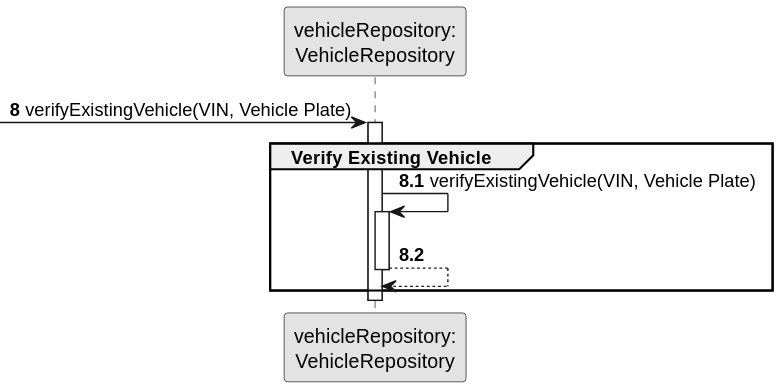
ricardomm7/leaflink keeps this PlantUML diagram as docs/sprintB/us006/03.design/svg/us006-sequence-diagram-partial-verify-existing-vehicle.svg. Above is the earlier version.
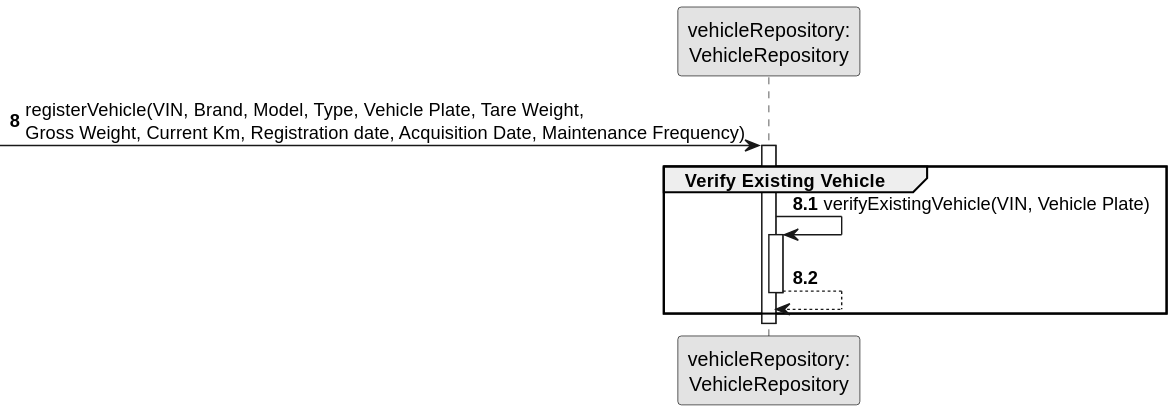
The same file after the commit.

What changed in the source:
```diff
@@ -6,7 +6,7 @@
 participant "vehicleRepository:\nVehicleRepository" as VehicleRepository
 
 autonumber 8
--> VehicleRepository  : verifyExistingVehicle(VIN, Vehicle Plate)
+-> VehicleRepository  : registerVehicle(VIN, Brand, Model, Type, Vehicle Plate, Tare Weight, \nGross Weight, Current Km, Registration date, Acquisition Date, Maintenance Frequency)
 
 activate VehicleRepository
     group Verify Existing Vehicle
```
